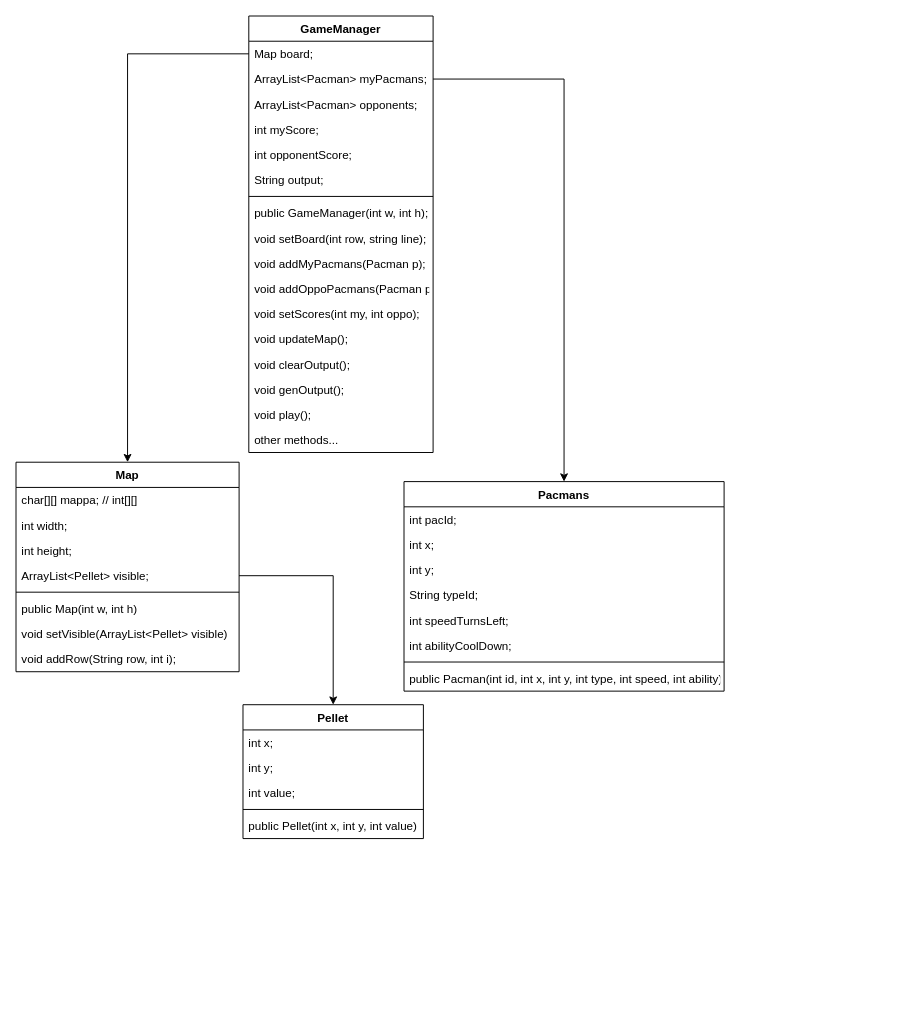
This is final competition/doc/final competition schema.drawio from MartinaCanonPh/MiMaCh-System-Proj, a draw.io file, before an edit. Source tidied: cells renumbered, new cells numbered last; positions are measured from the earlier drawing's top-left corner, leaving out a move shared by most shapes. Both pictures are drawn from the tidied source at 97%, with x=0, y=0 at pixel (16, 16).
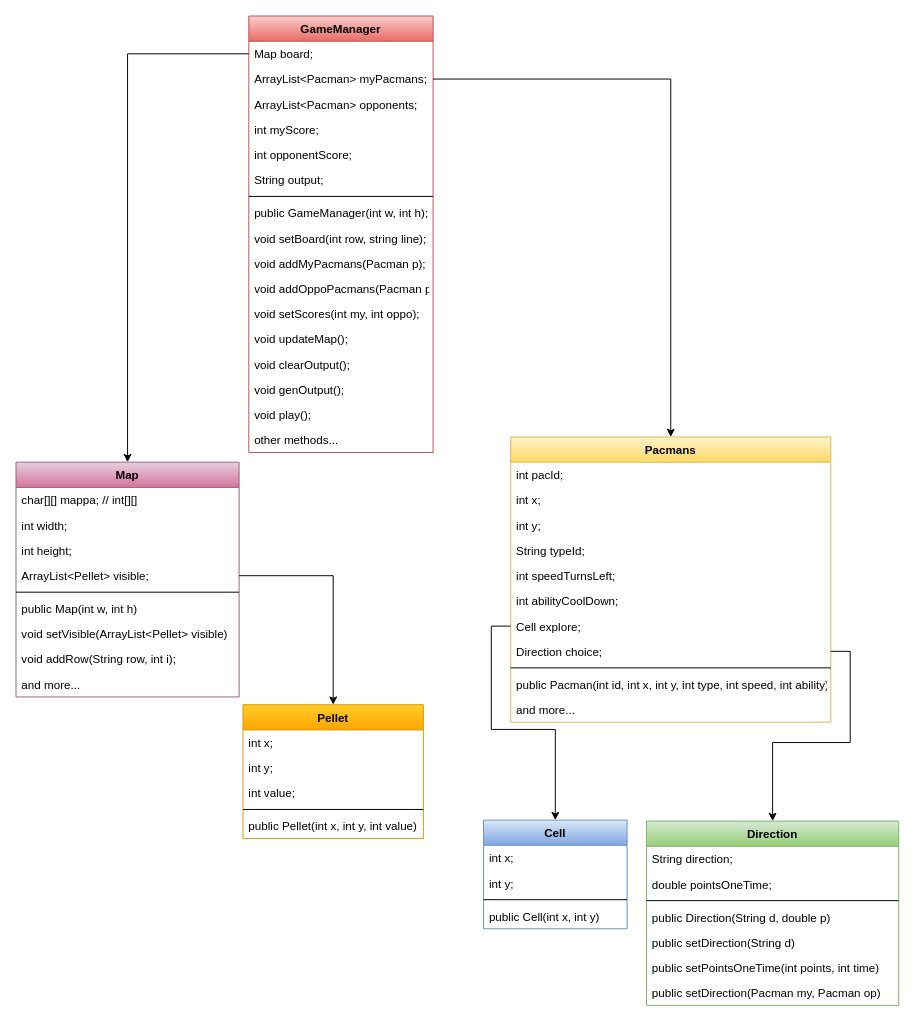
The same diagram, later.

Diff of the diagram source:
```diff
@@
-    <mxCell id="2" value="GameManager" style="swimlane;fontStyle=1;align=center;verticalAlign=top;horizontal=1;startSize=26;" parent="1" vertex="1">
+    <mxCell id="2" value="GameManager" style="swimlane;fontStyle=1;align=center;verticalAlign=top;horizontal=1;startSize=26;fillColor=#f8cecc;strokeColor=#b85450;gradientColor=#ea6b66;" parent="1" vertex="1">
       <mxGeometry x="240" width="190" height="450" as="geometry" />
     </mxCell>
@@
-    <mxCell id="20" value="Map" style="swimlane;fontStyle=1;align=center;verticalAlign=top;horizontal=1;startSize=26;" parent="1" vertex="1">
-      <mxGeometry y="460" width="230" height="216" as="geometry" />
+    <mxCell id="20" value="Map" style="swimlane;fontStyle=1;align=center;verticalAlign=top;horizontal=1;startSize=26;fillColor=#e6d0de;strokeColor=#996185;gradientColor=#d5739d;" parent="1" vertex="1">
+      <mxGeometry y="460" width="230" height="242" as="geometry" />
     </mxCell>
-    <mxCell id="21" value="char[][] mappa; // int[][]     " style="text;strokeColor=none;fillColor=none;align=left;verticalAlign=top;spacingLeft=4;spacingRight=4;overflow=hidden;" parent="20" vertex="1">
+    <mxCell id="21" value="char[][] mappa; // int[][]     " style="text;align=left;verticalAlign=top;spacingLeft=4;spacingRight=4;overflow=hidden;" parent="20" vertex="1">
       <mxGeometry y="26" width="230" height="26" as="geometry" />
     </mxCell>
@@
+    <mxCell id="47" value="void addRow(String row, int i);" style="text;strokeColor=none;fillColor=none;align=left;verticalAlign=top;spacingLeft=4;spacingRight=4;overflow=hidden;" parent="20" vertex="1">
+      <mxGeometry y="190" width="230" height="26" as="geometry" />
+    </mxCell>
-    <mxCell id="28" value="void addRow(String row, int i);" style="text;strokeColor=none;fillColor=none;align=left;verticalAlign=top;spacingLeft=4;spacingRight=4;overflow=hidden;" parent="20" vertex="1">
-      <mxGeometry y="190" width="230" height="26" as="geometry" />
+    <mxCell id="28" value="and more..." style="text;strokeColor=none;fillColor=none;align=left;verticalAlign=top;spacingLeft=4;spacingRight=4;overflow=hidden;" parent="20" vertex="1">
+      <mxGeometry y="216" width="230" height="26" as="geometry" />
     </mxCell>
-    <mxCell id="29" value="Pacmans" style="swimlane;fontStyle=1;align=center;verticalAlign=top;horizontal=1;startSize=26;" parent="1" vertex="1">
-      <mxGeometry x="400" y="480" width="330" height="216" as="geometry" />
+    <mxCell id="29" value="Pacmans" style="swimlane;fontStyle=1;align=center;verticalAlign=top;horizontal=1;startSize=26;fillColor=#fff2cc;strokeColor=#d6b656;gradientColor=#ffd966;" parent="1" vertex="1">
+      <mxGeometry x="510" y="434" width="330" height="294" as="geometry" />
     </mxCell>
@@
-    <mxCell id="33" value="String typeId;" style="text;strokeColor=none;fillColor=none;align=left;verticalAlign=top;spacingLeft=4;spacingRight=4;overflow=hidden;" parent="29" vertex="1">
+    <mxCell id="33" value="String typeId;&#10;" style="text;strokeColor=none;fillColor=none;align=left;verticalAlign=top;spacingLeft=4;spacingRight=4;overflow=hidden;" parent="29" vertex="1">
       <mxGeometry y="104" width="330" height="26" as="geometry" />
     </mxCell>
@@
+    <mxCell id="48" value="Cell explore;" style="text;strokeColor=none;fillColor=none;align=left;verticalAlign=top;spacingLeft=4;spacingRight=4;overflow=hidden;points=[[0,0.5],[1,0.5]];portConstraint=eastwest;" parent="29" vertex="1">
+      <mxGeometry y="182" width="330" height="26" as="geometry" />
+    </mxCell>
+    <mxCell id="49" value="Direction choice;" style="text;strokeColor=none;fillColor=none;align=left;verticalAlign=top;spacingLeft=4;spacingRight=4;overflow=hidden;points=[[0,0.5],[1,0.5]];portConstraint=eastwest;" parent="29" vertex="1">
+      <mxGeometry y="208" width="330" height="26" as="geometry" />
+    </mxCell>
     <mxCell id="36" style="line;strokeWidth=1;fillColor=none;align=left;verticalAlign=middle;spacingTop=-1;spacingLeft=3;spacingRight=3;labelPosition=right;" parent="29" vertex="1">
-      <mxGeometry y="182" width="330" height="8" as="geometry" />
+      <mxGeometry y="234" width="330" height="8" as="geometry" />
     </mxCell>
+    <mxCell id="50" value="public Pacman(int id, int x, int y, int type, int speed, int ability)" style="text;strokeColor=none;fillColor=none;align=left;verticalAlign=top;spacingLeft=4;spacingRight=4;overflow=hidden;" parent="29" vertex="1">
+      <mxGeometry y="242" width="330" height="26" as="geometry" />
+    </mxCell>
-    <mxCell id="37" value="public Pacman(int id, int x, int y, int type, int speed, int ability)" style="text;strokeColor=none;fillColor=none;align=left;verticalAlign=top;spacingLeft=4;spacingRight=4;overflow=hidden;" parent="29" vertex="1">
-      <mxGeometry y="190" width="330" height="26" as="geometry" />
+    <mxCell id="37" value="and more..." style="text;strokeColor=none;fillColor=none;align=left;verticalAlign=top;spacingLeft=4;spacingRight=4;overflow=hidden;" parent="29" vertex="1">
+      <mxGeometry y="268" width="330" height="26" as="geometry" />
     </mxCell>
@@
-    <mxCell id="40" value="Pellet" style="swimlane;fontStyle=1;align=center;verticalAlign=top;horizontal=1;startSize=26;" parent="1" vertex="1">
+    <mxCell id="40" value="Pellet" style="swimlane;fontStyle=1;align=center;verticalAlign=top;horizontal=1;startSize=26;fillColor=#ffcd28;strokeColor=#d79b00;gradientColor=#ffa500;" parent="1" vertex="1">
       <mxGeometry x="234" y="710" width="186" height="138" as="geometry" />
     </mxCell>
@@
+    <mxCell id="51" style="edgeStyle=orthogonalEdgeStyle;rounded=0;jettySize=auto;html=1;exitX=0;exitY=0.5;exitDx=0;exitDy=0;" parent="1" edge="1" source="48" target="53">
+      <mxGeometry relative="1" as="geometry" />
+    </mxCell>
+    <mxCell id="52" style="edgeStyle=orthogonalEdgeStyle;rounded=0;jettySize=auto;html=1;" parent="1" edge="1" source="49" target="58">
+      <mxGeometry relative="1" as="geometry" />
+    </mxCell>
+    <mxCell id="53" value="Cell" style="swimlane;fontStyle=1;align=center;verticalAlign=top;horizontal=1;startSize=26;fillColor=#dae8fc;strokeColor=#6c8ebf;gradientColor=#7ea6e0;" parent="1" vertex="1">
+      <mxGeometry x="482" y="829" width="148" height="112" as="geometry" />
+    </mxCell>
+    <mxCell id="54" value="int x;" style="text;strokeColor=none;fillColor=none;align=left;verticalAlign=top;spacingLeft=4;spacingRight=4;overflow=hidden;" parent="53" vertex="1">
+      <mxGeometry y="26" width="148" height="26" as="geometry" />
+    </mxCell>
+    <mxCell id="55" value="int y;" style="text;strokeColor=none;fillColor=none;align=left;verticalAlign=top;spacingLeft=4;spacingRight=4;overflow=hidden;" parent="53" vertex="1">
+      <mxGeometry y="52" width="148" height="26" as="geometry" />
+    </mxCell>
+    <mxCell id="56" style="line;strokeWidth=1;fillColor=none;align=left;verticalAlign=middle;spacingTop=-1;spacingLeft=3;spacingRight=3;labelPosition=right;" parent="53" vertex="1">
+      <mxGeometry y="78" width="148" height="8" as="geometry" />
+    </mxCell>
+    <mxCell id="57" value="public Cell(int x, int y)" style="text;strokeColor=none;fillColor=none;align=left;verticalAlign=top;spacingLeft=4;spacingRight=4;overflow=hidden;" parent="53" vertex="1">
+      <mxGeometry y="86" width="148" height="26" as="geometry" />
+    </mxCell>
+    <mxCell id="58" value="Direction" style="swimlane;fontStyle=1;align=center;verticalAlign=top;horizontal=1;startSize=26;fillColor=#d5e8d4;strokeColor=#82b366;gradientColor=#97d077;" parent="1" vertex="1">
+      <mxGeometry x="650" y="830" width="260" height="190" as="geometry" />
+    </mxCell>
+    <mxCell id="59" value="String direction;" style="text;strokeColor=none;fillColor=none;align=left;verticalAlign=top;spacingLeft=4;spacingRight=4;overflow=hidden;" parent="58" vertex="1">
+      <mxGeometry y="26" width="260" height="26" as="geometry" />
+    </mxCell>
+    <mxCell id="60" value="double pointsOneTime;" style="text;strokeColor=none;fillColor=none;align=left;verticalAlign=top;spacingLeft=4;spacingRight=4;overflow=hidden;" parent="58" vertex="1">
+      <mxGeometry y="52" width="260" height="26" as="geometry" />
+    </mxCell>
+    <mxCell id="61" style="line;strokeWidth=1;fillColor=none;align=left;verticalAlign=middle;spacingTop=-1;spacingLeft=3;spacingRight=3;labelPosition=right;" parent="58" vertex="1">
+      <mxGeometry y="78" width="260" height="8" as="geometry" />
+    </mxCell>
+    <mxCell id="62" value="public Direction(String d, double p)" style="text;strokeColor=none;fillColor=none;align=left;verticalAlign=top;spacingLeft=4;spacingRight=4;overflow=hidden;" parent="58" vertex="1">
+      <mxGeometry y="86" width="260" height="26" as="geometry" />
+    </mxCell>
+    <mxCell id="63" value="public setDirection(String d)" style="text;strokeColor=none;fillColor=none;align=left;verticalAlign=top;spacingLeft=4;spacingRight=4;overflow=hidden;" parent="58" vertex="1">
+      <mxGeometry y="112" width="260" height="26" as="geometry" />
+    </mxCell>
+    <mxCell id="64" value="public setPointsOneTime(int points, int time)" style="text;strokeColor=none;fillColor=none;align=left;verticalAlign=top;spacingLeft=4;spacingRight=4;overflow=hidden;" parent="58" vertex="1">
+      <mxGeometry y="138" width="260" height="26" as="geometry" />
+    </mxCell>
+    <mxCell id="65" value="public setDirection(Pacman my, Pacman op)" style="text;strokeColor=none;fillColor=none;align=left;verticalAlign=top;spacingLeft=4;spacingRight=4;overflow=hidden;" parent="58" vertex="1">
+      <mxGeometry y="164" width="260" height="26" as="geometry" />
+    </mxCell>
```
